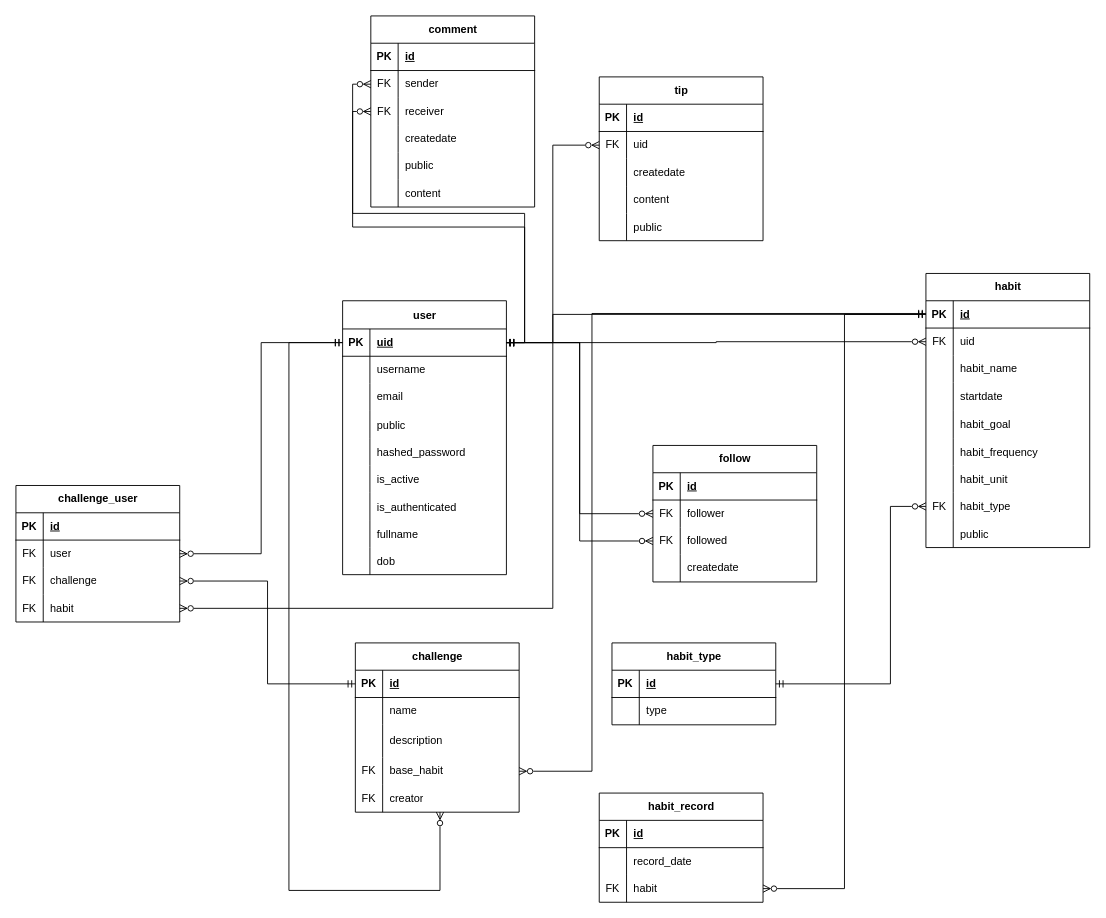
VictorAZ12/web-request-forum keeps this draw.io diagram as backend/database-erd.drawio. Above is the earlier version. Source tidied: cells renumbered, new cells numbered last; positions are measured from the earlier drawing's top-left corner, leaving out a move shared by most shapes. Both pictures are drawn from the tidied source at 91%, with x=0, y=0 at pixel (15, 15).
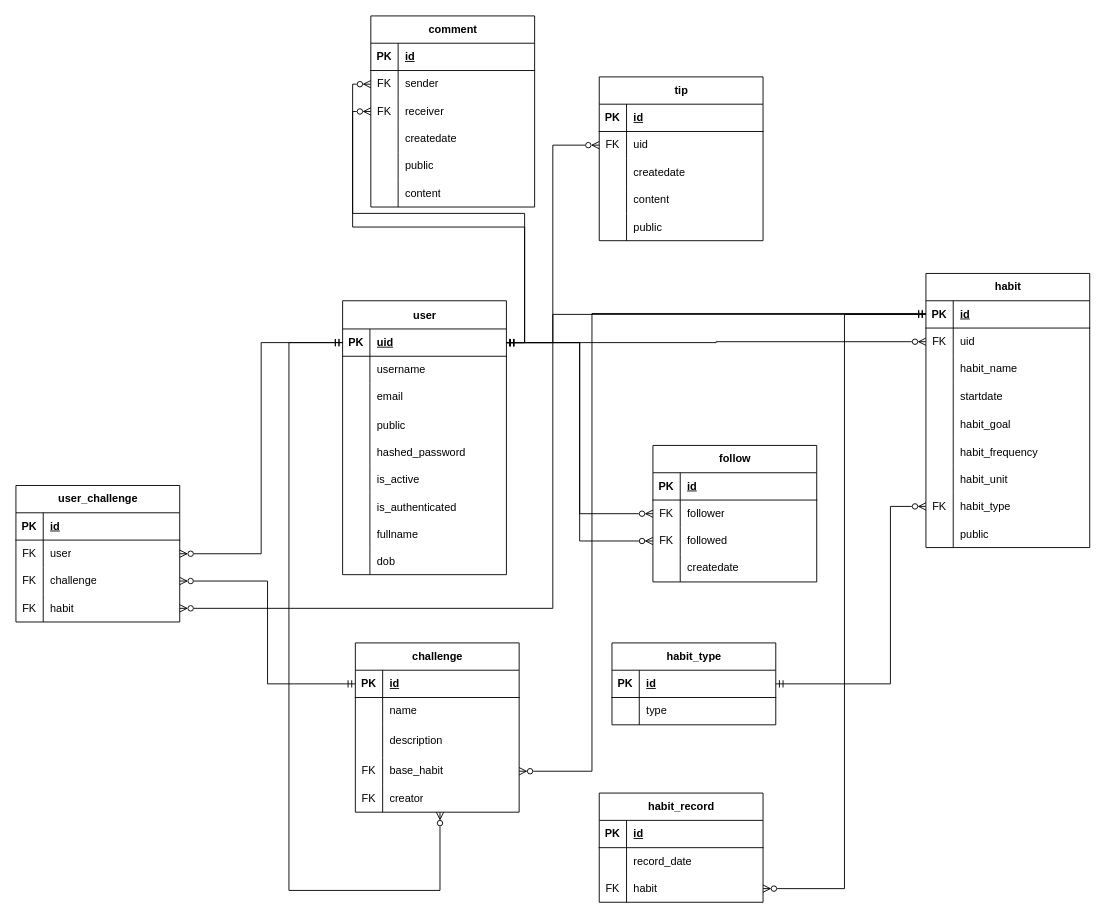
Above is the later version.

Commit message (it also covers changes not shown here):
Implementation of updated models fixes #42

The edit, as a diff of the source:
```diff
@@
-    <mxCell id="138" value="challenge_user" style="shape=table;startSize=30;childLayout=tableLayout;rowLines=0;fontStyle=1;align=center;html=1;" parent="1" vertex="1">
+    <mxCell id="138" value="user_challenge" style="shape=table;startSize=30;childLayout=tableLayout;rowLines=0;fontStyle=1;align=center;html=1;" parent="1" vertex="1">
       <mxGeometry y="516" width="180" height="150" as="geometry" />
     </mxCell>
```
